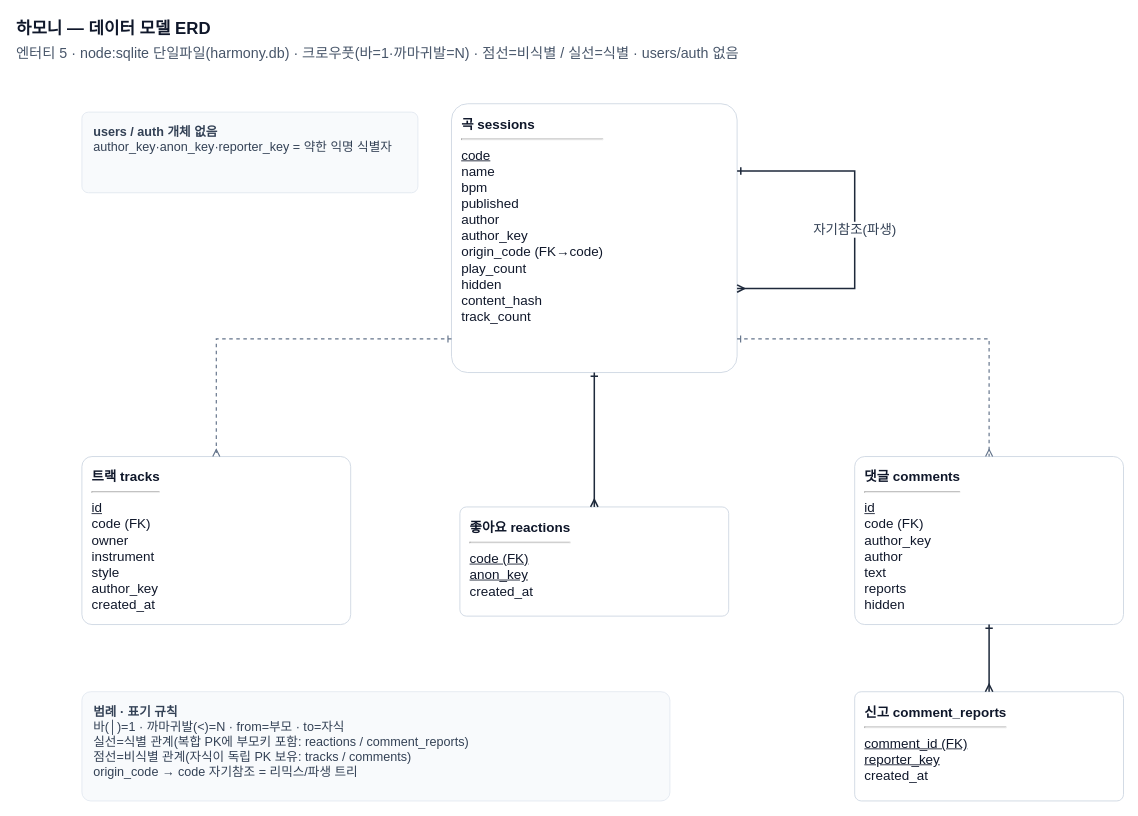
Before: 산출물/04_시스템설계/하모니_데이터모델_ERD.drawio in Appintos-Harmony/appintoss-meetup, a draw.io diagram. Source tidied: cells renumbered, new cells numbered last; positions are measured from the earlier drawing's top-left corner, leaving out a move shared by most shapes. Both pictures are drawn from the tidied source at 84%, with x=0, y=0 at pixel (14, 14).
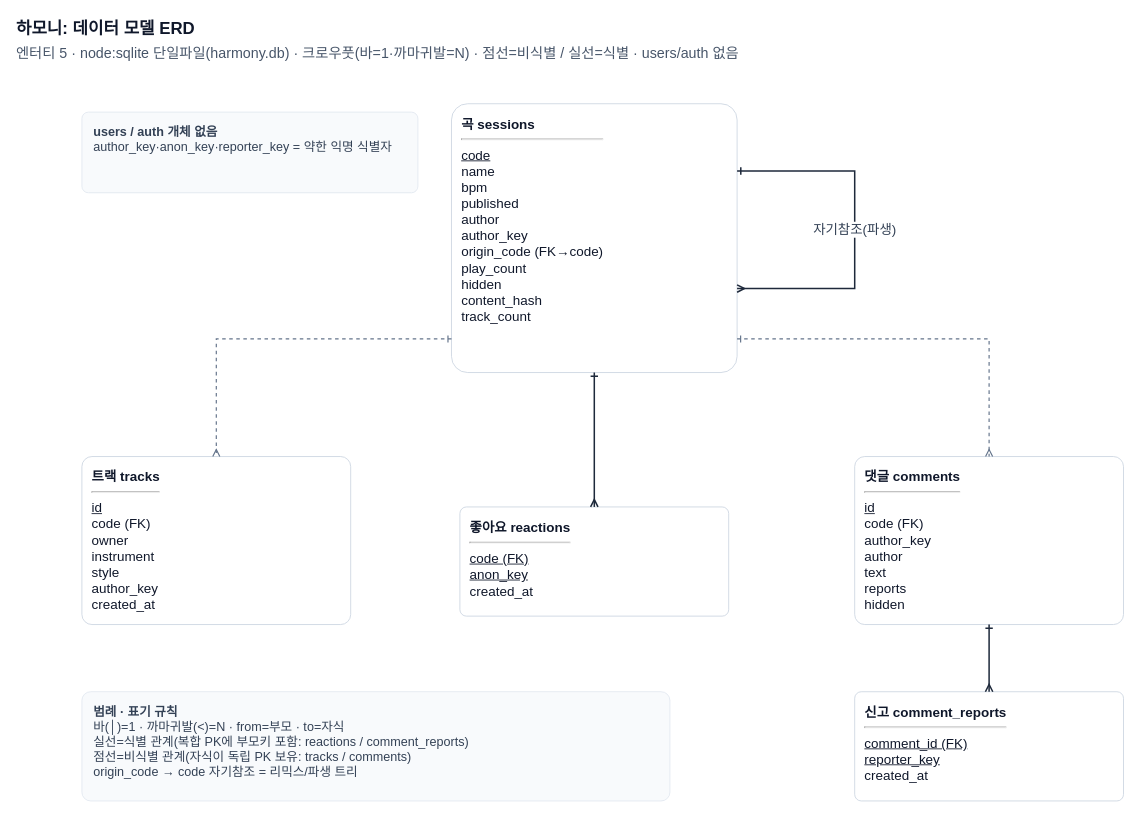
After the change.

Change to the diagram source:
```diff
@@
-    <mxCell id="2" value="&lt;b style=&quot;font-size:20px&quot;&gt;하모니 — 데이터 모델 ERD&lt;/b&gt;" style="text;html=1;align=left;verticalAlign=middle;fontColor=#0F172A;" parent="1" vertex="1">
+    <mxCell id="2" value="&lt;b style=&quot;font-size:20px&quot;&gt;하모니: 데이터 모델 ERD&lt;/b&gt;" style="text;html=1;align=left;verticalAlign=middle;fontColor=#0F172A;" parent="1" vertex="1">
       <mxGeometry width="1000" height="30" as="geometry" />
     </mxCell>
```
